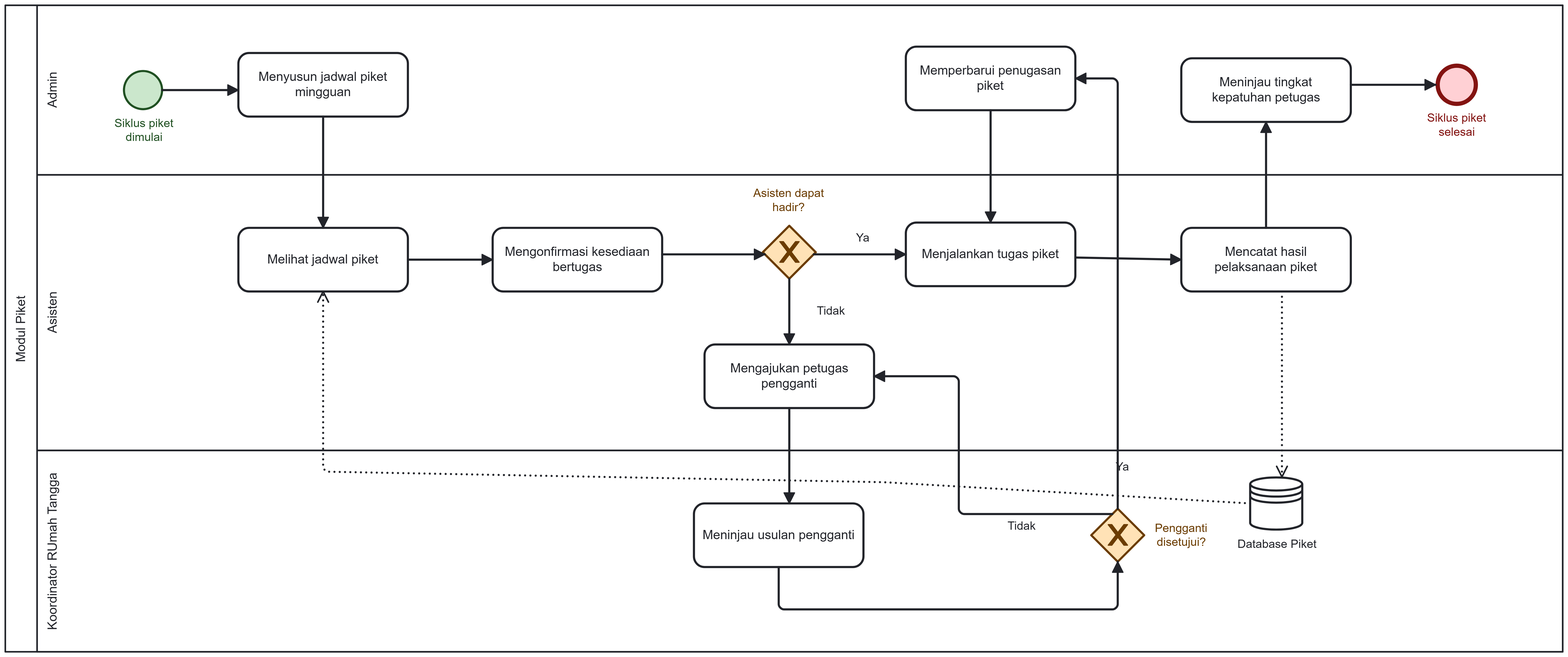
Above: docs/bpmn/tobe/piket.png in Habiboys/SILAB-DSI (BPMN), before the change. Its source is kept beside it as docs/bpmn/asis/Piket.bpmn. Ids are renumbered.
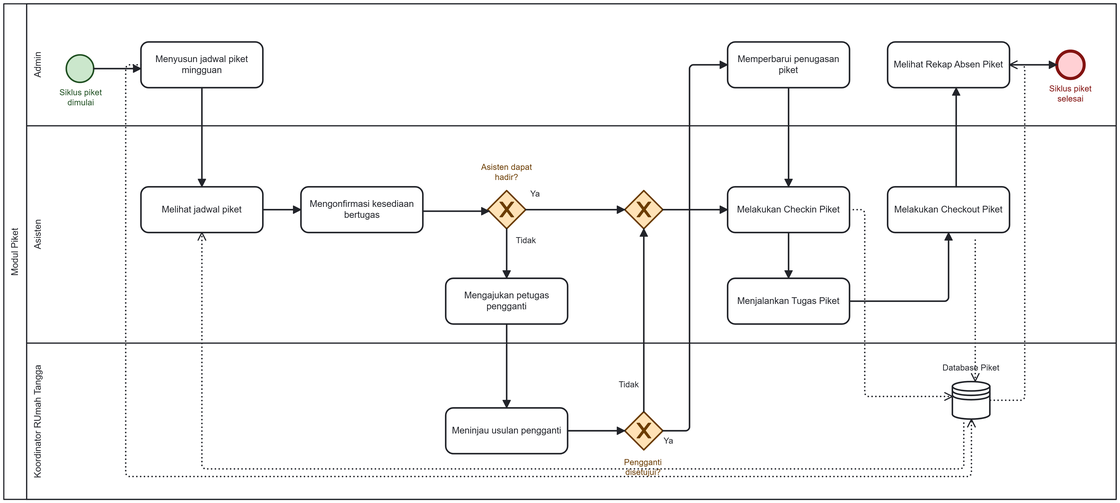
The same file after the commit.

Change to the diagram source:
```diff
@@ -4,8 +4,23 @@
   </collaboration>
   <process id="Proc_1" isExecutable="false">
     <laneSet id="LS_1">
+      <lane id="Lane_KaLab" name="Kepala Laboratorium">
+        <flowNodeRef>T_TinjauRekap</flowNodeRef>
+        <flowNodeRef>T_TindakLanjut</flowNodeRef>
+      </lane>
+      <lane id="Lane_KoorRT" name="Koordinator Rumah Tangga">
+        <flowNodeRef>T_SusunJadwal</flowNodeRef>
+        <flowNodeRef>Ev_Start</flowNodeRef>
+        <flowNodeRef>T_UmumkanJadwal</flowNodeRef>
+        <flowNodeRef>Gw_Valid</flowNodeRef>
+        <flowNodeRef>T_TidakHadir</flowNodeRef>
+        <flowNodeRef>T_Rekap</flowNodeRef>
+        <flowNodeRef>T_SerahRekap</flowNodeRef>
+        <flowNodeRef>T_Verifikasi</flowNodeRef>
+        <flowNodeRef>T_UmumHasil</flowNodeRef>
+        <flowNodeRef>Ev_End</flowNodeRef>
+      </lane>
       <lane id="Lane_Asisten" name="Asisten">
-        <flowNodeRef>Ev_Start</flowNodeRef>
         <flowNodeRef>T_TerimaJadwal</flowNodeRef>
         <flowNodeRef>T_CheckIn</flowNodeRef>
         <flowNodeRef>T_Piket</flowNodeRef>
@@ -13,29 +28,14 @@
         <flowNodeRef>T_Layani</flowNodeRef>
         <flowNodeRef>T_CheckOut</flowNodeRef>
       </lane>
-      <lane id="Lane_KoorRT" name="Koordinator Rumah Tangga">
-        <flowNodeRef>T_SusunJadwal</flowNodeRef>
-        <flowNodeRef>T_UmumkanJadwal</flowNodeRef>
-        <flowNodeRef>T_Verifikasi</flowNodeRef>
-        <flowNodeRef>Gw_Valid</flowNodeRef>
-        <flowNodeRef>T_TidakHadir</flowNodeRef>
-        <flowNodeRef>T_Rekap</flowNodeRef>
-        <flowNodeRef>T_SerahRekap</flowNodeRef>
-        <flowNodeRef>T_UmumHasil</flowNodeRef>
-      </lane>
-      <lane id="Lane_KaLab" name="Kepala Laboratorium">
-        <flowNodeRef>T_TinjauRekap</flowNodeRef>
-        <flowNodeRef>T_TindakLanjut</flowNodeRef>
-        <flowNodeRef>Ev_End</flowNodeRef>
-      </lane>
     </laneSet>
-    <startEvent id="Ev_Start" name="Periode piket dimulai">
-      <outgoing>F01</outgoing>
-    </startEvent>
     <task id="T_SusunJadwal" name="Menyusun jadwal piket asisten satu periode">
       <incoming>F01</incoming>
       <outgoing>F02</outgoing>
     </task>
+    <startEvent id="Ev_Start" name="Periode piket dimulai">
+      <outgoing>F01</outgoing>
+    </startEvent>
     <task id="T_UmumkanJadwal" name="Mengumumkan jadwal piket kepada seluruh asisten">
       <incoming>F02</incoming>
       <outgoing>F03</outgoing>
@@ -66,12 +66,8 @@
       <incoming>F08</incoming>
       <outgoing>F09</outgoing>
     </task>
-    <task id="T_Verifikasi" name="Memverifikasi absensi (durasi min. 2 jam, check-in/out valid)">
-      <incoming>F09</incoming>
-      <outgoing>F10</outgoing>
-    </task>
     <exclusiveGateway id="Gw_Valid" name="Absensi valid?">
-      <incoming>F10</incoming>
+      <incoming>Flow_n1</incoming>
       <outgoing>F11_valid</outgoing>
       <outgoing>F11_invalid</outgoing>
     </exclusiveGateway>
@@ -88,6 +84,17 @@
       <incoming>F13</incoming>
       <outgoing>F14</outgoing>
     </task>
+    <task id="T_Verifikasi" name="Memverifikasi absensi (durasi min. 2 jam, check-in/out valid)">
+      <incoming>F09</incoming>
+      <outgoing>Flow_n1</outgoing>
+    </task>
+    <task id="T_UmumHasil" name="Mengumumkan hasil rekap absensi kepada seluruh asisten">
+      <incoming>F16</incoming>
+      <outgoing>F17</outgoing>
+    </task>
+    <endEvent id="Ev_End" name="Proses piket selesai">
+      <incoming>F17</incoming>
+    </endEvent>
     <task id="T_TinjauRekap" name="Meninjau rekap absensi piket yang diterima">
       <incoming>F14</incoming>
       <outgoing>F15</outgoing>
@@ -96,13 +103,6 @@
       <incoming>F15</incoming>
       <outgoing>F16</outgoing>
     </task>
-    <task id="T_UmumHasil" name="Mengumumkan hasil rekap absensi kepada seluruh asisten">
-      <incoming>F16</incoming>
-      <outgoing>F17</outgoing>
-    </task>
-    <endEvent id="Ev_End" name="Proses piket selesai">
-      <incoming>F17</incoming>
-    </endEvent>
     <sequenceFlow id="F01" sourceRef="Ev_Start" targetRef="T_SusunJadwal" />
     <sequenceFlow id="F02" sourceRef="T_SusunJadwal" targetRef="T_UmumkanJadwal" />
     <sequenceFlow id="F03" sourceRef="T_UmumkanJadwal" targetRef="T_TerimaJadwal" />
@@ -113,189 +113,186 @@
     <sequenceFlow id="F07_tidak" name="Tidak" sourceRef="Gw_Pengunjung" targetRef="T_CheckOut" />
     <sequenceFlow id="F08" sourceRef="T_Layani" targetRef="T_CheckOut" />
     <sequenceFlow id="F09" sourceRef="T_CheckOut" targetRef="T_Verifikasi" />
-    <sequenceFlow id="F10" sourceRef="T_Verifikasi" targetRef="Gw_Valid" />
+    <sequenceFlow id="Flow_n1" sourceRef="T_Verifikasi" targetRef="Gw_Valid" />
     <sequenceFlow id="F11_valid" name="Valid" sourceRef="Gw_Valid" targetRef="T_Rekap" />
     <sequenceFlow id="F11_invalid" name="Tidak valid" sourceRef="Gw_Valid" targetRef="T_TidakHadir" />
     <sequenceFlow id="F12b" sourceRef="T_TidakHadir" targetRef="T_Rekap" />
     <sequenceFlow id="F13" sourceRef="T_Rekap" targetRef="T_SerahRekap" />
     <sequenceFlow id="F14" sourceRef="T_SerahRekap" targetRef="T_TinjauRekap" />
-    <sequenceFlow id="F15" sourceRef="T_TinjauRekap" targetRef="T_TindakLanjut" />
     <sequenceFlow id="F16" sourceRef="T_TindakLanjut" targetRef="T_UmumHasil" />
     <sequenceFlow id="F17" sourceRef="T_UmumHasil" targetRef="Ev_End" />
+    <sequenceFlow id="F15" sourceRef="T_TinjauRekap" targetRef="T_TindakLanjut" />
   </process>
   <bpmndi:BPMNDiagram id="Diag_1">
     <bpmndi:BPMNPlane id="Plane_1" bpmnElement="Collab_1">
       <bpmndi:BPMNShape id="S_Pool" bpmnElement="Pool_1" isHorizontal="true">
-        <dc:Bounds x="130" y="60" width="2230" height="570" />
+        <dc:Bounds x="130" y="80" width="1650" height="900" />
         <bpmndi:BPMNLabel />
       </bpmndi:BPMNShape>
       <bpmndi:BPMNShape id="S_LnKaLab" bpmnElement="Lane_KaLab" isHorizontal="true">
-        <dc:Bounds x="160" y="440" width="2200" height="190" />
+        <dc:Bounds x="160" y="760" width="1620" height="220" />
       </bpmndi:BPMNShape>
       <bpmndi:BPMNShape id="S_LnKoorRT" bpmnElement="Lane_KoorRT" isHorizontal="true">
-        <dc:Bounds x="160" y="250" width="2200" height="190" />
+        <dc:Bounds x="160" y="380" width="1620" height="380" />
       </bpmndi:BPMNShape>
       <bpmndi:BPMNShape id="S_LnAsisten" bpmnElement="Lane_Asisten" isHorizontal="true">
-        <dc:Bounds x="160" y="60" width="2200" height="190" />
+        <dc:Bounds x="160" y="80" width="1620" height="300" />
+      </bpmndi:BPMNShape>
+      <bpmndi:BPMNShape id="S_SusunJadwal" bpmnElement="T_SusunJadwal">
+        <dc:Bounds x="345" y="528" width="150" height="70" />
       </bpmndi:BPMNShape>
       <bpmndi:BPMNShape id="S_EvStart" bpmnElement="Ev_Start" bioc:stroke="#205022" bioc:fill="#c8e6c9" color:background-color="#c8e6c9" color:border-color="#205022">
-        <dc:Bounds x="197" y="327" width="36" height="36" />
+        <dc:Bounds x="232" y="545" width="36" height="36" />
         <bpmndi:BPMNLabel>
-          <dc:Bounds x="183" y="370" width="65" height="27" />
+          <dc:Bounds x="218" y="588" width="66" height="27" />
         </bpmndi:BPMNLabel>
       </bpmndi:BPMNShape>
-      <bpmndi:BPMNShape id="S_SusunJadwal" bpmnElement="T_SusunJadwal">
-        <dc:Bounds x="255" y="310" width="150" height="70" />
-      </bpmndi:BPMNShape>
       <bpmndi:BPMNShape id="S_UmumkanJadwal" bpmnElement="T_UmumkanJadwal">
-        <dc:Bounds x="435" y="310" width="150" height="70" />
+        <dc:Bounds x="345" y="415" width="150" height="70" />
       </bpmndi:BPMNShape>
       <bpmndi:BPMNShape id="S_TerimaJadwal" bpmnElement="T_TerimaJadwal">
-        <dc:Bounds x="435" y="120" width="150" height="70" />
+        <dc:Bounds x="345" y="250" width="150" height="70" />
       </bpmndi:BPMNShape>
       <bpmndi:BPMNShape id="S_CheckIn" bpmnElement="T_CheckIn">
-        <dc:Bounds x="625" y="120" width="150" height="70" />
+        <dc:Bounds x="345" y="135" width="150" height="70" />
       </bpmndi:BPMNShape>
       <bpmndi:BPMNShape id="S_Piket" bpmnElement="T_Piket">
-        <dc:Bounds x="815" y="120" width="150" height="70" />
+        <dc:Bounds x="585" y="135" width="150" height="70" />
       </bpmndi:BPMNShape>
       <bpmndi:BPMNShape id="S_GwPengunjung" bpmnElement="Gw_Pengunjung" isMarkerVisible="true" bioc:stroke="#6b3c00" bioc:fill="#ffe0b2" color:background-color="#ffe0b2" color:border-color="#6b3c00">
-        <dc:Bounds x="1035" y="130" width="50" height="50" />
+        <dc:Bounds x="835" y="145" width="50" height="50" />
         <bpmndi:BPMNLabel>
-          <dc:Bounds x="1020" y="88" width="80" height="40" />
+          <dc:Bounds x="820" y="95" width="80" height="40" />
         </bpmndi:BPMNLabel>
       </bpmndi:BPMNShape>
       <bpmndi:BPMNShape id="S_Layani" bpmnElement="T_Layani">
-        <dc:Bounds x="1125" y="120" width="150" height="70" />
+        <dc:Bounds x="945" y="135" width="150" height="70" />
       </bpmndi:BPMNShape>
       <bpmndi:BPMNShape id="S_CheckOut" bpmnElement="T_CheckOut">
-        <dc:Bounds x="1305" y="120" width="150" height="70" />
-      </bpmndi:BPMNShape>
-      <bpmndi:BPMNShape id="S_Verifikasi" bpmnElement="T_Verifikasi">
-        <dc:Bounds x="1305" y="310" width="150" height="70" />
+        <dc:Bounds x="785" y="265" width="150" height="70" />
       </bpmndi:BPMNShape>
       <bpmndi:BPMNShape id="S_GwValid" bpmnElement="Gw_Valid" isMarkerVisible="true" bioc:stroke="#6b3c00" bioc:fill="#ffe0b2" color:background-color="#ffe0b2" color:border-color="#6b3c00">
-        <dc:Bounds x="1510" y="320" width="50" height="50" />
+        <dc:Bounds x="1065" y="555" width="50" height="50" />
         <bpmndi:BPMNLabel>
-          <dc:Bounds x="1500" y="377" width="71" height="14" />
+          <dc:Bounds x="1056" y="612" width="70" height="14" />
         </bpmndi:BPMNLabel>
       </bpmndi:BPMNShape>
       <bpmndi:BPMNShape id="S_TidakHadir" bpmnElement="T_TidakHadir">
-        <dc:Bounds x="1605" y="253" width="150" height="70" />
+        <dc:Bounds x="1015" y="425" width="150" height="70" />
       </bpmndi:BPMNShape>
       <bpmndi:BPMNShape id="S_Rekap" bpmnElement="T_Rekap">
-        <dc:Bounds x="1775" y="310" width="150" height="70" />
+        <dc:Bounds x="1185" y="545" width="150" height="70" />
       </bpmndi:BPMNShape>
       <bpmndi:BPMNShape id="S_SerahRekap" bpmnElement="T_SerahRekap">
-        <dc:Bounds x="1775" y="398" width="150" height="70" />
+        <dc:Bounds x="1185" y="655" width="150" height="70" />
+      </bpmndi:BPMNShape>
+      <bpmndi:BPMNShape id="S_Verifikasi" bpmnElement="T_Verifikasi">
+        <dc:Bounds x="785" y="545" width="150" height="70" />
+      </bpmndi:BPMNShape>
+      <bpmndi:BPMNShape id="S_UmumHasil" bpmnElement="T_UmumHasil">
+        <dc:Bounds x="1405" y="575" width="150" height="70" />
+      </bpmndi:BPMNShape>
+      <bpmndi:BPMNShape id="S_EvEnd" bpmnElement="Ev_End" bioc:stroke="#831311" bioc:fill="#ffcdd2" color:background-color="#ffcdd2" color:border-color="#831311">
+        <dc:Bounds x="1642" y="592" width="36" height="36" />
+        <bpmndi:BPMNLabel>
+          <dc:Bounds x="1629" y="554.5" width="62" height="27" />
+        </bpmndi:BPMNLabel>
       </bpmndi:BPMNShape>
       <bpmndi:BPMNShape id="S_TinjauRekap" bpmnElement="T_TinjauRekap">
-        <dc:Bounds x="1775" y="500" width="150" height="70" />
+        <dc:Bounds x="1185" y="845" width="150" height="70" />
       </bpmndi:BPMNShape>
       <bpmndi:BPMNShape id="S_TindakLanjut" bpmnElement="T_TindakLanjut">
-        <dc:Bounds x="1965" y="500" width="150" height="70" />
-      </bpmndi:BPMNShape>
-      <bpmndi:BPMNShape id="S_UmumHasil" bpmnElement="T_UmumHasil">
-        <dc:Bounds x="1965" y="310" width="150" height="70" />
-      </bpmndi:BPMNShape>
-      <bpmndi:BPMNShape id="S_EvEnd" bpmnElement="Ev_End" bioc:stroke="#831311" bioc:fill="#ffcdd2" color:background-color="#ffcdd2" color:border-color="#831311">
-        <dc:Bounds x="2297" y="517" width="36" height="36" />
-        <bpmndi:BPMNLabel>
-          <dc:Bounds x="2285" y="560" width="61" height="27" />
-        </bpmndi:BPMNLabel>
+        <dc:Bounds x="1405" y="845" width="150" height="70" />
       </bpmndi:BPMNShape>
       <bpmndi:BPMNEdge id="E_F01" bpmnElement="F01">
-        <di:waypoint x="233" y="345" />
-        <di:waypoint x="255" y="345" />
+        <di:waypoint x="268" y="563" />
+        <di:waypoint x="345" y="563" />
       </bpmndi:BPMNEdge>
       <bpmndi:BPMNEdge id="E_F02" bpmnElement="F02">
-        <di:waypoint x="405" y="345" />
-        <di:waypoint x="435" y="345" />
+        <di:waypoint x="420" y="528" />
+        <di:waypoint x="420" y="485" />
       </bpmndi:BPMNEdge>
       <bpmndi:BPMNEdge id="E_F03" bpmnElement="F03">
-        <di:waypoint x="510" y="310" />
-        <di:waypoint x="510" y="190" />
+        <di:waypoint x="420" y="415" />
+        <di:waypoint x="420" y="320" />
       </bpmndi:BPMNEdge>
       <bpmndi:BPMNEdge id="E_F04" bpmnElement="F04">
-        <di:waypoint x="585" y="155" />
-        <di:waypoint x="625" y="155" />
+        <di:waypoint x="420" y="250" />
+        <di:waypoint x="420" y="205" />
       </bpmndi:BPMNEdge>
       <bpmndi:BPMNEdge id="E_F05" bpmnElement="F05">
-        <di:waypoint x="775" y="155" />
-        <di:waypoint x="815" y="155" />
+        <di:waypoint x="495" y="170" />
+        <di:waypoint x="585" y="170" />
       </bpmndi:BPMNEdge>
       <bpmndi:BPMNEdge id="E_F06" bpmnElement="F06">
-        <di:waypoint x="965" y="155" />
-        <di:waypoint x="1035" y="155" />
+        <di:waypoint x="735" y="170" />
+        <di:waypoint x="835" y="170" />
       </bpmndi:BPMNEdge>
       <bpmndi:BPMNEdge id="E_F07ya" bpmnElement="F07_ya">
-        <di:waypoint x="1085" y="155" />
-        <di:waypoint x="1125" y="155" />
+        <di:waypoint x="885" y="170" />
+        <di:waypoint x="945" y="170" />
         <bpmndi:BPMNLabel>
-          <dc:Bounds x="1096" y="137" width="18" height="14" />
+          <dc:Bounds x="888" y="143" width="12" height="14" />
         </bpmndi:BPMNLabel>
       </bpmndi:BPMNEdge>
       <bpmndi:BPMNEdge id="E_F07tidak" bpmnElement="F07_tidak">
-        <di:waypoint x="1060" y="180" />
-        <di:waypoint x="1060" y="218" />
-        <di:waypoint x="1380" y="218" />
-        <di:waypoint x="1380" y="190" />
+        <di:waypoint x="860" y="195" />
+        <di:waypoint x="860" y="265" />
         <bpmndi:BPMNLabel>
-          <dc:Bounds x="1063" y="196" width="30" height="14" />
+          <dc:Bounds x="856" y="251" width="26" height="14" />
         </bpmndi:BPMNLabel>
       </bpmndi:BPMNEdge>
       <bpmndi:BPMNEdge id="E_F08" bpmnElement="F08">
-        <di:waypoint x="1275" y="155" />
-        <di:waypoint x="1305" y="155" />
+        <di:waypoint x="1020" y="205" />
+        <di:waypoint x="1020" y="300" />
+        <di:waypoint x="935" y="300" />
       </bpmndi:BPMNEdge>
       <bpmndi:BPMNEdge id="E_F09" bpmnElement="F09">
-        <di:waypoint x="1380" y="190" />
-        <di:waypoint x="1380" y="310" />
+        <di:waypoint x="860" y="335" />
+        <di:waypoint x="860" y="545" />
       </bpmndi:BPMNEdge>
-      <bpmndi:BPMNEdge id="E_F10" bpmnElement="F10">
-        <di:waypoint x="1455" y="345" />
-        <di:waypoint x="1510" y="345" />
+      <bpmndi:BPMNEdge id="Flow_n1_di" bpmnElement="Flow_n1">
+        <di:waypoint x="935" y="580" />
+        <di:waypoint x="1065" y="580" />
       </bpmndi:BPMNEdge>
       <bpmndi:BPMNEdge id="E_F11v" bpmnElement="F11_valid">
-        <di:waypoint x="1560" y="345" />
-        <di:waypoint x="1775" y="345" />
+        <di:waypoint x="1115" y="580" />
+        <di:waypoint x="1185" y="580" />
         <bpmndi:BPMNLabel>
-          <dc:Bounds x="1640" y="327" width="28" height="14" />
+          <dc:Bounds x="1134" y="562" width="23" height="14" />
         </bpmndi:BPMNLabel>
       </bpmndi:BPMNEdge>
       <bpmndi:BPMNEdge id="E_F11i" bpmnElement="F11_invalid">
-        <di:waypoint x="1535" y="320" />
-        <di:waypoint x="1535" y="288" />
-        <di:waypoint x="1605" y="288" />
+        <di:waypoint x="1090" y="555" />
+        <di:waypoint x="1090" y="495" />
         <bpmndi:BPMNLabel>
-          <dc:Bounds x="1537" y="292" width="60" height="14" />
+          <dc:Bounds x="1075" y="519" width="52" height="14" />
         </bpmndi:BPMNLabel>
       </bpmndi:BPMNEdge>
       <bpmndi:BPMNEdge id="E_F12b" bpmnElement="F12b">
-        <di:waypoint x="1755" y="288" />
-        <di:waypoint x="1850" y="288" />
-        <di:waypoint x="1850" y="310" />
+        <di:waypoint x="1165" y="460" />
+        <di:waypoint x="1260" y="460" />
+        <di:waypoint x="1260" y="545" />
       </bpmndi:BPMNEdge>
       <bpmndi:BPMNEdge id="E_F13" bpmnElement="F13">
-        <di:waypoint x="1850" y="380" />
-        <di:waypoint x="1850" y="398" />
+        <di:waypoint x="1260" y="615" />
+        <di:waypoint x="1260" y="655" />
       </bpmndi:BPMNEdge>
       <bpmndi:BPMNEdge id="E_F14" bpmnElement="F14">
-        <di:waypoint x="1850" y="468" />
-        <di:waypoint x="1850" y="500" />
+        <di:waypoint x="1260" y="725" />
+        <di:waypoint x="1260" y="845" />
       </bpmndi:BPMNEdge>
       <bpmndi:BPMNEdge id="E_F15" bpmnElement="F15">
-        <di:waypoint x="1925" y="535" />
-        <di:waypoint x="1965" y="535" />
+        <di:waypoint x="1335" y="880" />
+        <di:waypoint x="1405" y="880" />
       </bpmndi:BPMNEdge>
       <bpmndi:BPMNEdge id="E_F16" bpmnElement="F16">
-        <di:waypoint x="2040" y="500" />
-        <di:waypoint x="2040" y="380" />
+        <di:waypoint x="1480" y="845" />
+        <di:waypoint x="1480" y="645" />
       </bpmndi:BPMNEdge>
       <bpmndi:BPMNEdge id="E_F17" bpmnElement="F17">
-        <di:waypoint x="2115" y="345" />
-        <di:waypoint x="2315" y="345" />
-        <di:waypoint x="2315" y="517" />
+        <di:waypoint x="1555" y="610" />
+        <di:waypoint x="1642" y="610" />
       </bpmndi:BPMNEdge>
     </bpmndi:BPMNPlane>
   </bpmndi:BPMNDiagram>
```
